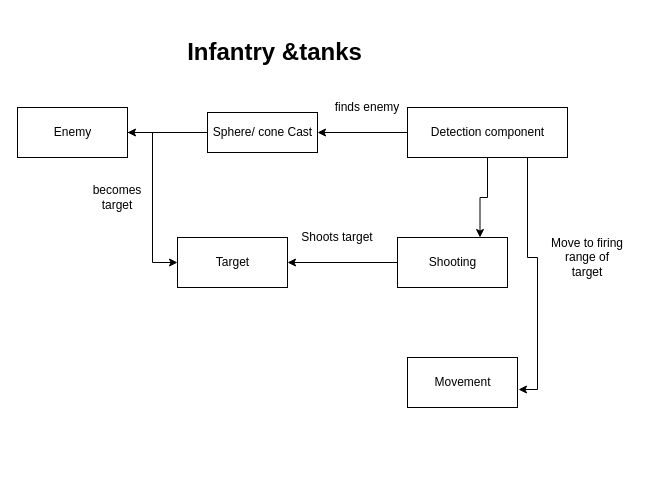
Above: Class diagram/Untitled Diagram.drawio in DeskTopDarwin/The-Tank-Game (draw.io), before the change. Source tidied: cells renumbered, new cells numbered last; positions are measured from the earlier drawing's top-left corner, leaving out a move shared by most shapes. Both pictures are drawn from the tidied source at 100%, with x=0, y=0 at pixel (17, 17).
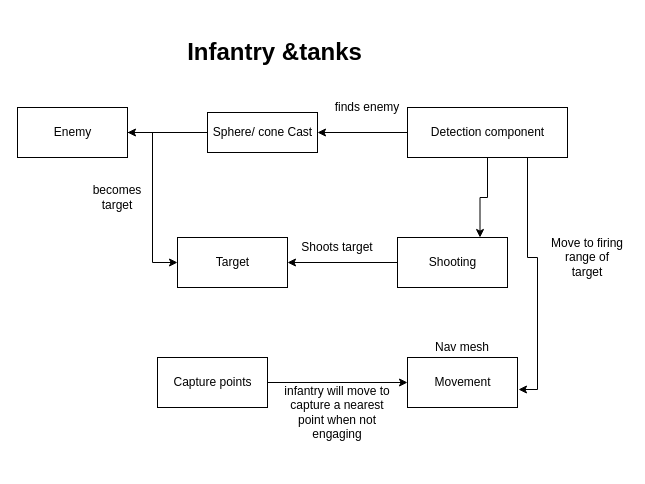
The same diagram, later.

Unchanged cells that the change refers to:
```xml
<mxCell id="13" value="Movement" style="html=1;" parent="1" vertex="1">
  <mxGeometry x="390" y="340" width="110" height="50" as="geometry" />
</mxCell>
```

Diff of the diagram source:
```diff
@@
     <mxCell id="16" value="Shoots target" style="text;html=1;strokeColor=none;fillColor=none;align=center;verticalAlign=middle;whiteSpace=wrap;overflow=hidden;" parent="1" vertex="1">
-      <mxGeometry x="280" y="210" width="80" height="20" as="geometry" />
+      <mxGeometry x="280" y="220" width="80" height="20" as="geometry" />
     </mxCell>
@@
+    <mxCell id="19" style="edgeStyle=orthogonalEdgeStyle;rounded=0;jettySize=auto;html=1;entryX=0;entryY=0.5;entryDx=0;entryDy=0;" parent="1" edge="1" source="20" target="13">
+      <mxGeometry relative="1" as="geometry" />
+    </mxCell>
+    <mxCell id="20" value="Capture points" style="html=1;" parent="1" vertex="1">
+      <mxGeometry x="140" y="340" width="110" height="50" as="geometry" />
+    </mxCell>
+    <mxCell id="21" value="infantry will move to capture a nearest point when not engaging" style="text;html=1;strokeColor=none;fillColor=none;align=center;verticalAlign=middle;whiteSpace=wrap;overflow=hidden;" parent="1" vertex="1">
+      <mxGeometry x="260" y="340" width="120" height="110" as="geometry" />
+    </mxCell>
+    <mxCell id="22" value="Nav mesh" style="text;html=1;strokeColor=none;fillColor=none;align=center;verticalAlign=middle;whiteSpace=wrap;overflow=hidden;" parent="1" vertex="1">
+      <mxGeometry x="405" y="320" width="80" height="20" as="geometry" />
+    </mxCell>
```
